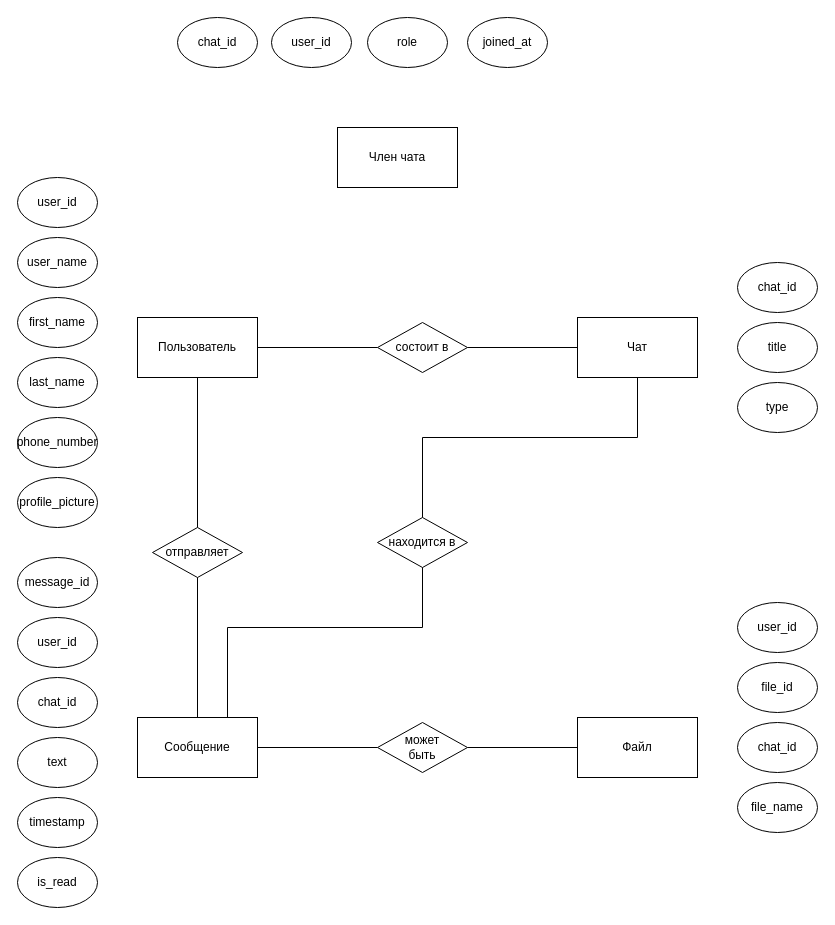
marsek4/database keeps this draw.io diagram as Диаграмма без названия.drawio. Above is the earlier version. Source tidied: cells renumbered, new cells numbered last; positions are measured from the earlier drawing's top-left corner, leaving out a move shared by most shapes. Both pictures are drawn from the tidied source at 100%, with x=0, y=0 at pixel (17, 17).
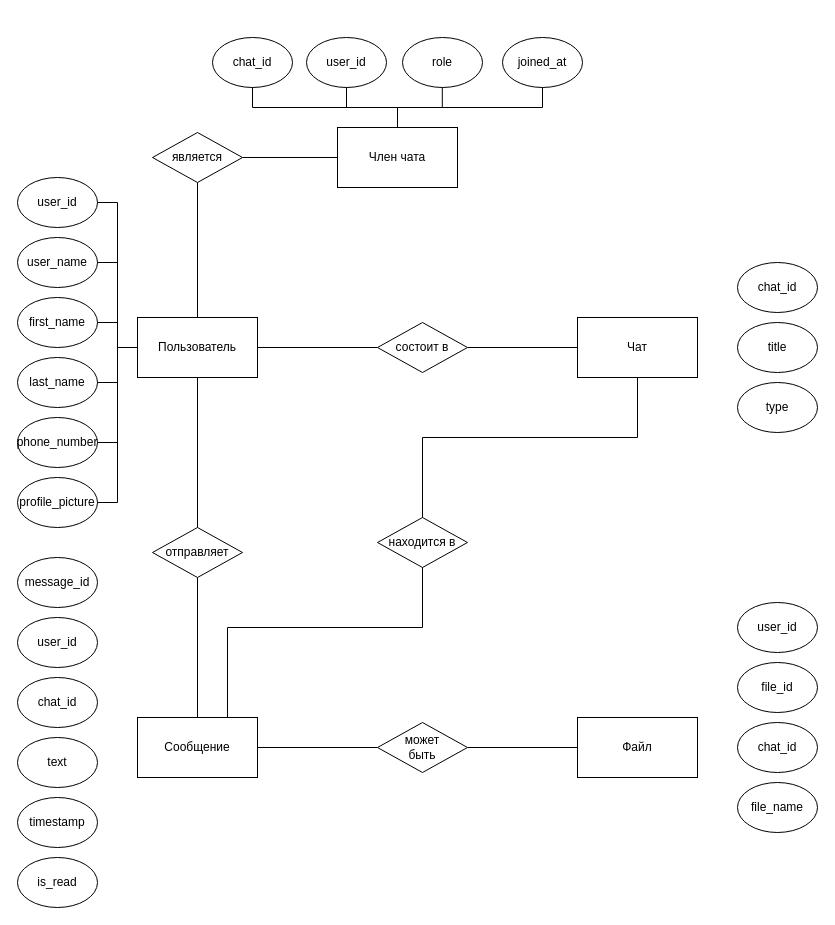
The same page after the edit.

Unchanged cells that the change refers to:
```xml
<mxCell id="2" value="Пользователь" style="rounded=0;whiteSpace=wrap;html=1;" parent="1" vertex="1">
  <mxGeometry x="120" y="300" width="120" height="60" as="geometry" />
</mxCell>
<mxCell id="5" value="Член чата" style="rounded=0;whiteSpace=wrap;html=1;" parent="1" vertex="1">
  <mxGeometry x="320" y="110" width="120" height="60" as="geometry" />
</mxCell>
<mxCell id="7" value="user_id" style="ellipse;whiteSpace=wrap;html=1;" parent="1" vertex="1">
  <mxGeometry y="160" width="80" height="50" as="geometry" />
</mxCell>
<mxCell id="11" value="phone_number" style="ellipse;whiteSpace=wrap;html=1;" parent="1" vertex="1">
  <mxGeometry y="400" width="80" height="50" as="geometry" />
</mxCell>
<mxCell id="12" value="profile_picture" style="ellipse;whiteSpace=wrap;html=1;" parent="1" vertex="1">
  <mxGeometry y="460" width="80" height="50" as="geometry" />
</mxCell>
```

The edit, as a diff of the source:
```diff
@@
     <mxCell id="34" value="chat_id" style="ellipse;whiteSpace=wrap;html=1;" parent="1" vertex="1">
-      <mxGeometry x="160" width="80" height="50" as="geometry" />
+      <mxGeometry x="195" y="20" width="80" height="50" as="geometry" />
     </mxCell>
     <mxCell id="35" value="user_id" style="ellipse;whiteSpace=wrap;html=1;" parent="1" vertex="1">
-      <mxGeometry x="254" width="80" height="50" as="geometry" />
+      <mxGeometry x="289" y="20" width="80" height="50" as="geometry" />
     </mxCell>
     <mxCell id="36" value="role" style="ellipse;whiteSpace=wrap;html=1;" parent="1" vertex="1">
-      <mxGeometry x="350" width="80" height="50" as="geometry" />
+      <mxGeometry x="385" y="20" width="80" height="50" as="geometry" />
     </mxCell>
     <mxCell id="37" value="joined_at" style="ellipse;whiteSpace=wrap;html=1;" parent="1" vertex="1">
-      <mxGeometry x="450" width="80" height="50" as="geometry" />
+      <mxGeometry x="485" y="20" width="80" height="50" as="geometry" />
     </mxCell>
@@
+    <mxCell id="42" value="является" style="rhombus;whiteSpace=wrap;html=1;" parent="1" vertex="1">
+      <mxGeometry x="135" y="115" width="90" height="50" as="geometry" />
+    </mxCell>
+    <mxCell id="43" style="endArrow=none;html=1;rounded=0;entryX=0.5;entryY=1;entryDx=0;entryDy=0;exitX=0.5;exitY=0;exitDx=0;exitDy=0;" parent="1" edge="1" source="2" target="42">
+      <mxGeometry relative="1" as="geometry" />
+    </mxCell>
+    <mxCell id="44" style="endArrow=none;html=1;rounded=0;entryX=0;entryY=0.5;entryDx=0;entryDy=0;exitX=1;exitY=0.5;exitDx=0;exitDy=0;" parent="1" edge="1" source="42" target="5">
+      <mxGeometry relative="1" as="geometry" />
+    </mxCell>
+    <mxCell id="45" style="endArrow=none;html=1;rounded=0;exitX=0.5;exitY=1;exitDx=0;exitDy=0;entryX=0.5;entryY=1;entryDx=0;entryDy=0;" parent="1" edge="1" source="34" target="37">
+      <mxGeometry relative="1" as="geometry">
+        <Array as="points">
+          <mxPoint x="235" y="90" />
+          <mxPoint x="525" y="90" />
+        </Array>
+      </mxGeometry>
+    </mxCell>
+    <mxCell id="46" style="endArrow=none;html=1;rounded=0;entryX=0.5;entryY=1;entryDx=0;entryDy=0;" parent="1" edge="1" target="35">
+      <mxGeometry relative="1" as="geometry">
+        <mxPoint x="329" y="90" as="sourcePoint" />
+      </mxGeometry>
+    </mxCell>
+    <mxCell id="47" style="endArrow=none;html=1;rounded=0;entryX=0.5;entryY=1;entryDx=0;entryDy=0;" parent="1" edge="1">
+      <mxGeometry relative="1" as="geometry">
+        <mxPoint x="424.8" y="90" as="sourcePoint" />
+        <mxPoint x="424.8" y="70" as="targetPoint" />
+      </mxGeometry>
+    </mxCell>
+    <mxCell id="48" style="endArrow=none;html=1;rounded=0;exitX=0.5;exitY=0;exitDx=0;exitDy=0;" parent="1" edge="1" source="5">
+      <mxGeometry relative="1" as="geometry">
+        <mxPoint x="380" y="90" as="targetPoint" />
+      </mxGeometry>
+    </mxCell>
+    <mxCell id="49" style="endArrow=none;html=1;rounded=0;exitX=1;exitY=0.5;exitDx=0;exitDy=0;entryX=1;entryY=0.5;entryDx=0;entryDy=0;" parent="1" edge="1" source="12" target="7">
+      <mxGeometry relative="1" as="geometry">
+        <Array as="points">
+          <mxPoint x="100" y="485" />
+          <mxPoint x="100" y="185" />
+        </Array>
+      </mxGeometry>
+    </mxCell>
+    <mxCell id="50" style="endArrow=none;html=1;rounded=0;exitX=1;exitY=0.5;exitDx=0;exitDy=0;" parent="1" edge="1" source="11">
+      <mxGeometry relative="1" as="geometry">
+        <mxPoint x="100" y="425" as="targetPoint" />
+      </mxGeometry>
+    </mxCell>
+    <mxCell id="51" style="endArrow=none;html=1;rounded=0;exitX=1;exitY=0.5;exitDx=0;exitDy=0;" parent="1" edge="1">
+      <mxGeometry relative="1" as="geometry">
+        <mxPoint x="80" y="365" as="sourcePoint" />
+        <mxPoint x="100" y="365" as="targetPoint" />
+      </mxGeometry>
+    </mxCell>
+    <mxCell id="52" style="endArrow=none;html=1;rounded=0;exitX=1;exitY=0.5;exitDx=0;exitDy=0;" parent="1" edge="1">
+      <mxGeometry relative="1" as="geometry">
+        <mxPoint x="80" y="305" as="sourcePoint" />
+        <mxPoint x="100" y="305" as="targetPoint" />
+      </mxGeometry>
+    </mxCell>
+    <mxCell id="53" style="endArrow=none;html=1;rounded=0;exitX=1;exitY=0.5;exitDx=0;exitDy=0;" parent="1" edge="1">
+      <mxGeometry relative="1" as="geometry">
+        <mxPoint x="80" y="245" as="sourcePoint" />
+        <mxPoint x="100" y="245" as="targetPoint" />
+      </mxGeometry>
+    </mxCell>
+    <mxCell id="54" style="endArrow=none;html=1;rounded=0;entryX=0;entryY=0.5;entryDx=0;entryDy=0;" parent="1" edge="1" target="2">
+      <mxGeometry relative="1" as="geometry">
+        <mxPoint x="100" y="330" as="sourcePoint" />
+      </mxGeometry>
+    </mxCell>
```
